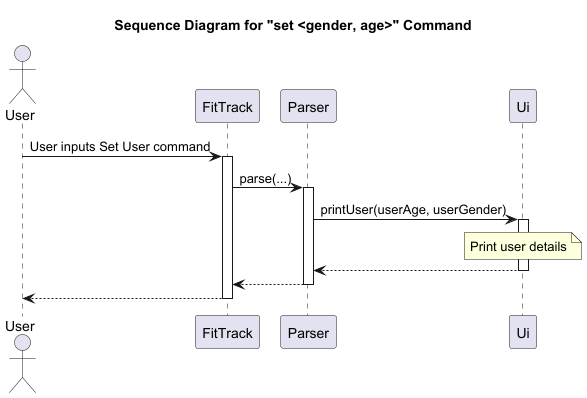
Above: docs/Images/Sequence_SetUser.png in nus-cs2113-AY2425S1/tp (PlantUML), before the change. The source it was exported from:
```plantuml
@startuml
title Sequence Diagram for "set <gender, age>" Command

actor User

User -> FitTrack: User inputs Set User command

activate FitTrack
FitTrack -> Parser: parse(...)
activate Parser

Parser -> Ui: printUser(userAge, userGender)
activate Ui

note over Ui
    Print user details
end note
Ui --> Parser
deactivate Ui
Parser --> FitTrack
deactivate Parser
FitTrack --> User
deactivate FitTrack

@enduml
```
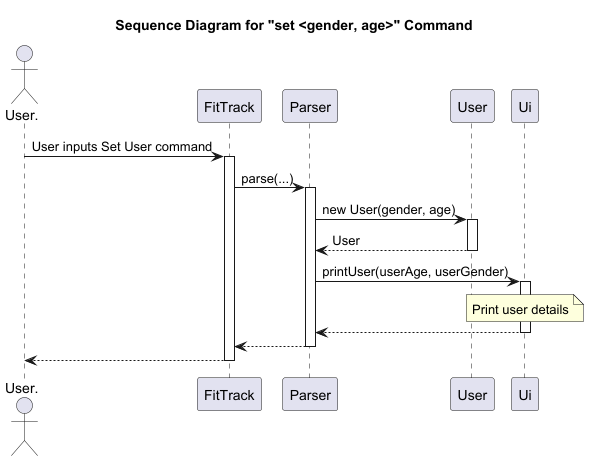
The same diagram one commit later.

Diff of the diagram source:
```diff
@@ -1,13 +1,18 @@
 @startuml
 title Sequence Diagram for "set <gender, age>" Command
 
-actor User
+actor User.
 
-User -> FitTrack: User inputs Set User command
+User. -> FitTrack: User inputs Set User command
 
 activate FitTrack
 FitTrack -> Parser: parse(...)
 activate Parser
+
+Parser -> User: new User(gender, age)
+activate User
+User --> Parser: User
+deactivate User
 
 Parser -> Ui: printUser(userAge, userGender)
 activate Ui
@@ -19,7 +24,7 @@
 deactivate Ui
 Parser --> FitTrack
 deactivate Parser
-FitTrack --> User
+FitTrack --> User.
 deactivate FitTrack
 
 @enduml
```
